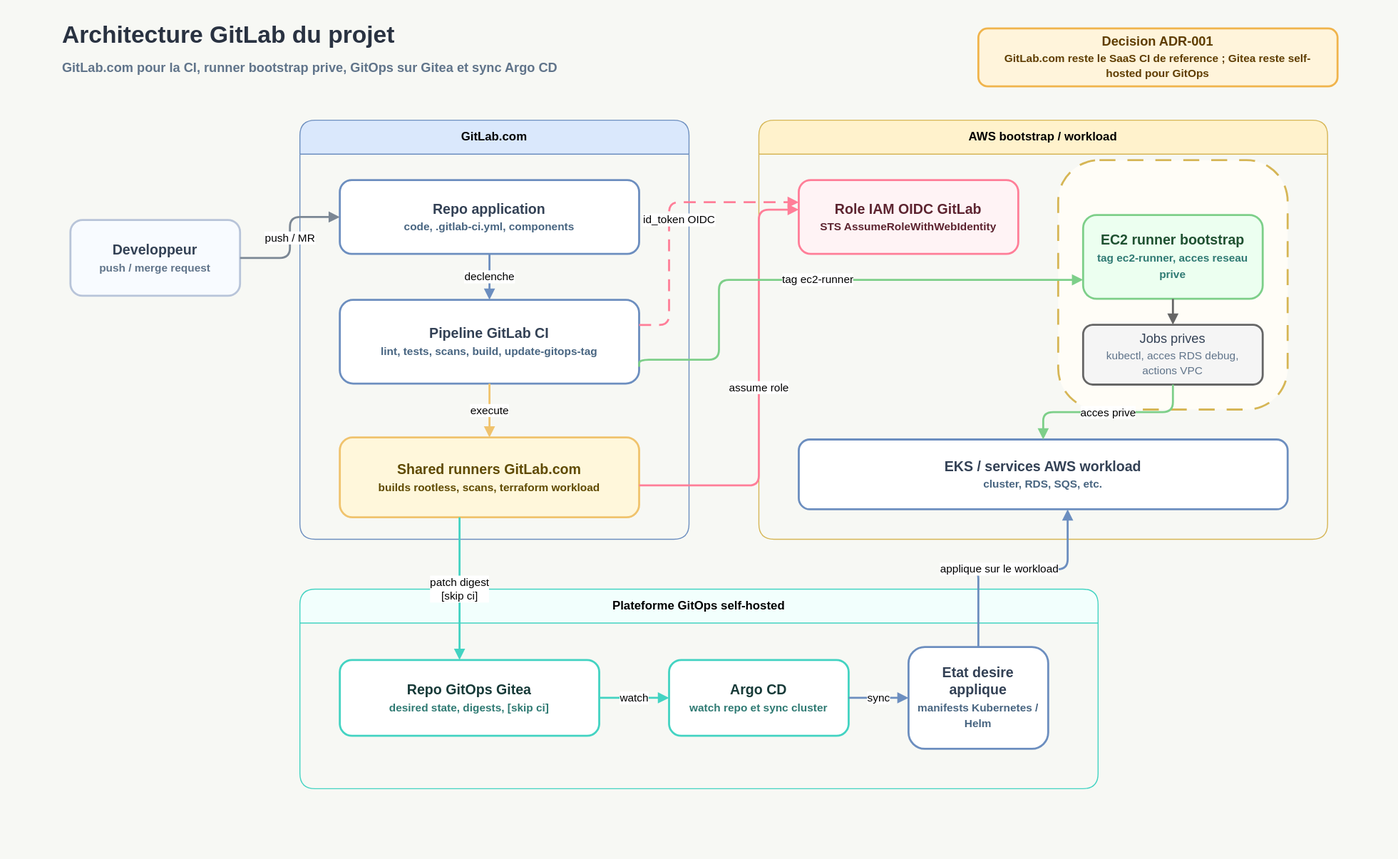
ClementV78/shop-demo keeps this draw.io diagram as docs/diagrams/gitlab-architecture.svg. Above is the earlier version. Source tidied: cells renumbered, new cells last; positions are measured from the earlier drawing's top-left corner, leaving out a move shared by most shapes.
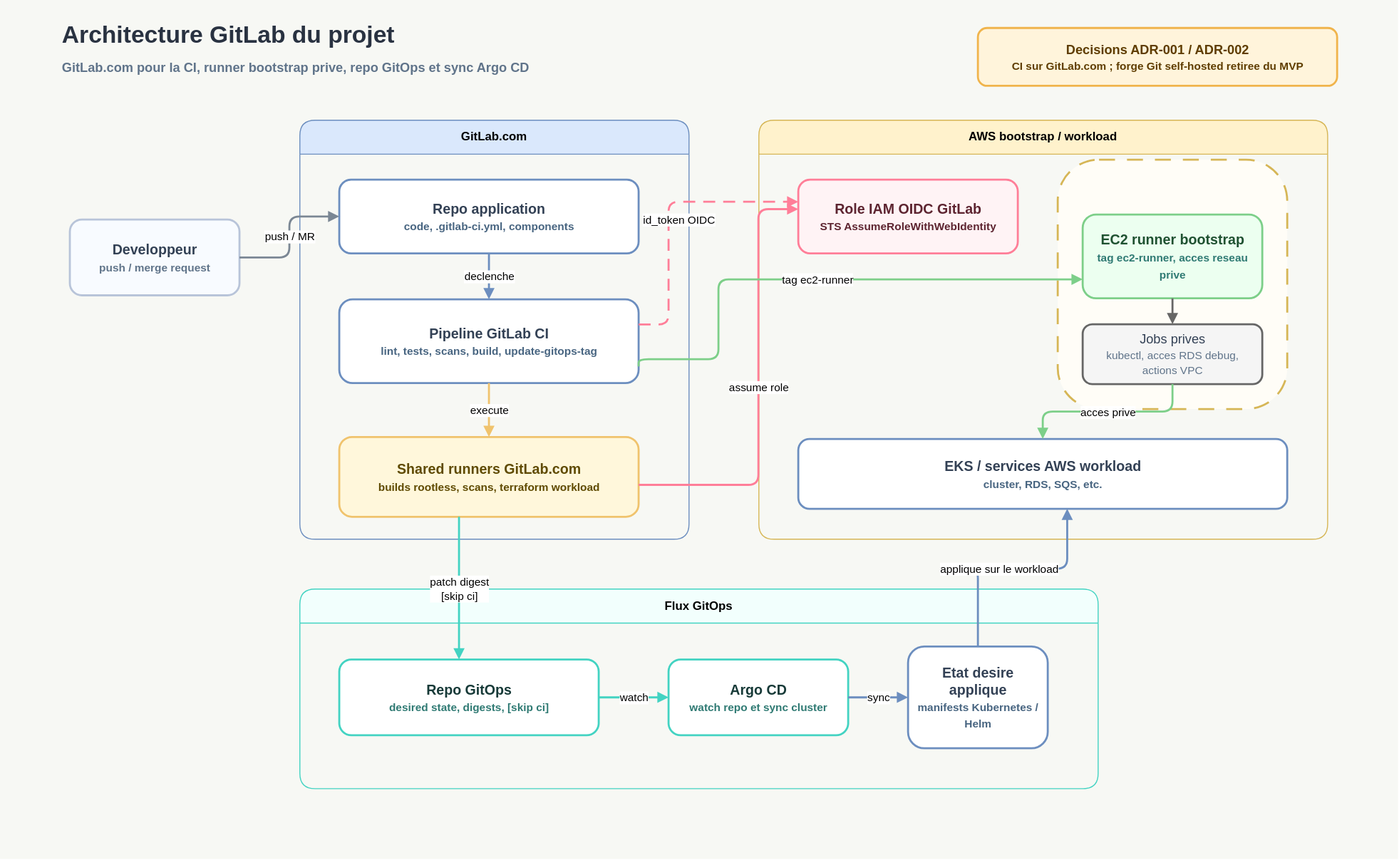
The same diagram one commit later.

What changed in the source:
```diff
@@ -5,10 +5,10 @@
     <mxCell id="2" style="rounded=0;whiteSpace=wrap;html=1;fillColor=#f7f8f4;strokeColor=#f7f8f4;" parent="1" vertex="1">
       <mxGeometry width="1400" height="860" as="geometry" />
     </mxCell>
-    <mxCell id="3" value="Architecture GitLab du projet&#10;&lt;font style=&quot;font-size:13px;color:#60748a&quot;&gt;GitLab.com pour la CI, runner bootstrap prive, GitOps sur Gitea et sync Argo CD&lt;/font&gt;" style="text;html=1;strokeColor=none;fillColor=none;fontStyle=1;fontSize=24;fontColor=#293241;align=left;verticalAlign=middle;" parent="1" vertex="1">
+    <mxCell id="3" value="Architecture GitLab du projet&#10;&lt;font style=&quot;font-size:13px;color:#60748a&quot;&gt;GitLab.com pour la CI, runner bootstrap prive, repo GitOps et sync Argo CD&lt;/font&gt;" style="text;html=1;strokeColor=none;fillColor=none;fontStyle=1;fontSize=24;fontColor=#293241;align=left;verticalAlign=middle;" parent="1" vertex="1">
       <mxGeometry x="60" y="28" width="920" height="42" as="geometry" />
     </mxCell>
-    <mxCell id="4" value="Decision ADR-001&#10;&lt;font style=&quot;font-size:11px;color:#5f3d00&quot;&gt;GitLab.com reste le SaaS CI de reference ; Gitea reste self-hosted pour GitOps&lt;/font&gt;" style="rounded=1;whiteSpace=wrap;html=1;arcSize=16;fillColor=#fff4db;strokeColor=#f0b44c;strokeWidth=2;fontStyle=1;fontSize=13;fontColor=#5f3d00;spacing=10;" parent="1" vertex="1">
+    <mxCell id="4" value="Decisions ADR-001 / ADR-002&#10;&lt;font style=&quot;font-size:11px;color:#5f3d00&quot;&gt;CI sur GitLab.com ; forge Git self-hosted retiree du MVP&lt;/font&gt;" style="rounded=1;whiteSpace=wrap;html=1;arcSize=16;fillColor=#fff4db;strokeColor=#f0b44c;strokeWidth=2;fontStyle=1;fontSize=13;fontColor=#5f3d00;spacing=10;" parent="1" vertex="1">
       <mxGeometry x="980" y="28" width="360" height="58" as="geometry" />
     </mxCell>
     <mxCell id="5" value="Developpeur&#10;&lt;font style=&quot;font-size:11px;color:#60748a&quot;&gt;push / merge request&lt;/font&gt;" style="rounded=1;whiteSpace=wrap;html=1;arcSize=16;fillColor=#f8fbff;strokeColor=#b8c4d9;strokeWidth=2;fontStyle=1;fontSize=14;fontColor=#334155;spacing=10;" parent="1" vertex="1">
@@ -56,10 +56,10 @@
     <mxCell id="19" value="acces prive" style="edgeStyle=orthogonalEdgeStyle;rounded=1;jettySize=auto;html=1;strokeWidth=2;strokeColor=#7dcf89;endArrow=block;endFill=1;fontSize=11;labelBackgroundColor=#ffffff;" parent="12" edge="1" source="16" target="17">
       <mxGeometry relative="1" as="geometry" />
     </mxCell>
-    <mxCell id="20" value="Plateforme GitOps self-hosted" style="swimlane;html=1;rounded=1;whiteSpace=wrap;fillColor=#f2fffd;strokeColor=#43d3c2;fontStyle=1;startSize=34;" parent="1" vertex="1">
+    <mxCell id="20" value="Flux GitOps" style="swimlane;html=1;rounded=1;whiteSpace=wrap;fillColor=#f2fffd;strokeColor=#43d3c2;fontStyle=1;startSize=34;" parent="1" vertex="1">
       <mxGeometry x="300" y="590" width="800" height="200" as="geometry" />
     </mxCell>
-    <mxCell id="21" value="Repo GitOps Gitea&#10;&lt;font style=&quot;font-size:11px;color:#2f7a73&quot;&gt;desired state, digests, [skip ci]&lt;/font&gt;" style="rounded=1;whiteSpace=wrap;html=1;arcSize=16;fillColor=#ffffff;strokeColor=#43d3c2;strokeWidth=2;fontStyle=1;fontSize=14;fontColor=#173a38;spacing=10;" parent="20" vertex="1">
+    <mxCell id="21" value="Repo GitOps&#10;&lt;font style=&quot;font-size:11px;color:#2f7a73&quot;&gt;desired state, digests, [skip ci]&lt;/font&gt;" style="rounded=1;whiteSpace=wrap;html=1;arcSize=16;fillColor=#ffffff;strokeColor=#43d3c2;strokeWidth=2;fontStyle=1;fontSize=14;fontColor=#173a38;spacing=10;" parent="20" vertex="1">
       <mxGeometry x="40" y="71" width="260" height="76" as="geometry" />
     </mxCell>
     <mxCell id="22" value="Argo CD&#10;&lt;font style=&quot;font-size:11px;color:#2f7a73&quot;&gt;watch repo et sync cluster&lt;/font&gt;" style="rounded=1;whiteSpace=wrap;html=1;arcSize=16;fillColor=#ffffff;strokeColor=#43d3c2;strokeWidth=2;fontStyle=1;fontSize=14;fontColor=#173a38;spacing=10;" parent="20" vertex="1">
```
